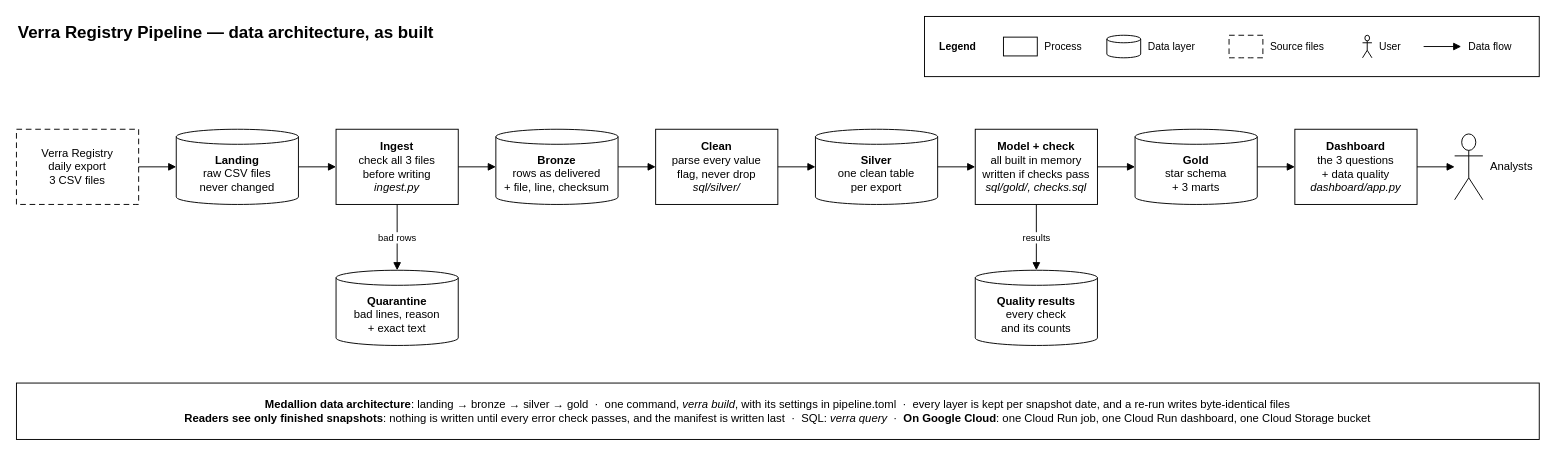
This is page "1 · Data (as built)" (1 of 2) of docs/architecture/verra-pipeline-as-built.drawio from ShreehariA/verra_registry_pipeline, a draw.io file, before an edit. Source tidied: cells renumbered, new cells numbered last; positions are measured from the earlier drawing's top-left corner, leaving out a move shared by most shapes. Both pictures are drawn from the tidied source at 94%, with x=0, y=0 at pixel (16, 16).
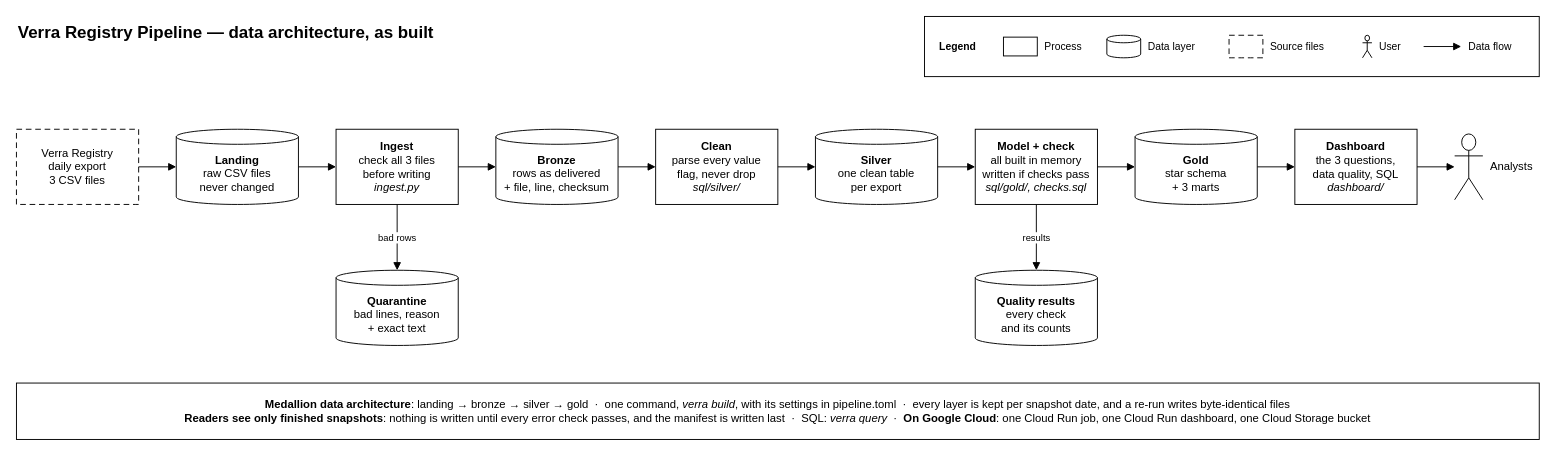
Above is the later version.

Diff of the diagram source:
```diff
@@
-    <mxCell id="23" value="&lt;b&gt;Dashboard&lt;/b&gt;&lt;br&gt;the 3 questions&lt;br&gt;+ data quality&lt;br&gt;&lt;i&gt;dashboard/app.py&lt;/i&gt;" style="rounded=0;html=1;whiteSpace=wrap;fillColor=#FFFFFF;strokeColor=#000000;strokeWidth=1;fontFamily=Helvetica;fontColor=#000000;fontSize=12;" parent="1" vertex="1">
+    <mxCell id="23" value="&lt;b&gt;Dashboard&lt;/b&gt;&lt;br&gt;the 3 questions,&lt;br&gt;data quality, SQL&lt;br&gt;&lt;i&gt;dashboard/&lt;/i&gt;" style="rounded=0;html=1;whiteSpace=wrap;fillColor=#FFFFFF;strokeColor=#000000;strokeWidth=1;fontFamily=Helvetica;fontColor=#000000;fontSize=12;" parent="1" vertex="1">
       <mxGeometry x="1360" y="120" width="130" height="80" as="geometry" />
     </mxCell>
```
